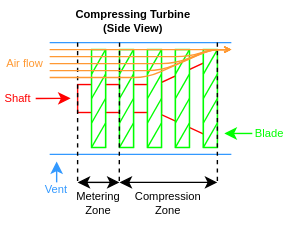
dennuguyen/desn2000 keeps this draw.io diagram as ideate/compression-turbine.drawio.svg. Above is the earlier version. Source tidied: cells renumbered, new cells last; positions are measured from the earlier drawing's top-left corner, leaving out a move shared by most shapes.
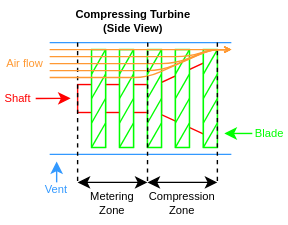
The same file after the commit.

Diff of the diagram source:
```diff
@@ -33,22 +33,22 @@
       <mxGeometry y="65" width="25" height="10" as="geometry" />
     </mxCell>
     <mxCell id="9" value="Compression Zone&amp;nbsp;" style="text;html=1;strokeColor=none;fillColor=none;align=center;verticalAlign=middle;whiteSpace=wrap;rounded=0;fontColor=none;fontSize=8;" parent="1" vertex="1">
-      <mxGeometry x="90" y="130" width="60" height="30" as="geometry" />
+      <mxGeometry x="105" y="130" width="50" height="30" as="geometry" />
     </mxCell>
     <mxCell id="10" style="endArrow=classic;startArrow=classic;html=1;fontColor=none;" parent="1" edge="1">
       <mxGeometry relative="1" as="geometry">
-        <mxPoint x="85" y="130" as="sourcePoint" />
+        <mxPoint x="105" y="130" as="sourcePoint" />
         <mxPoint x="155" y="130" as="targetPoint" />
       </mxGeometry>
     </mxCell>
     <mxCell id="11" style="endArrow=classic;startArrow=classic;html=1;fontColor=none;" parent="1" edge="1">
       <mxGeometry relative="1" as="geometry">
         <mxPoint x="55" y="130" as="sourcePoint" />
-        <mxPoint x="85" y="130" as="targetPoint" />
+        <mxPoint x="105" y="130" as="targetPoint" />
       </mxGeometry>
     </mxCell>
     <mxCell id="12" value="Metering Zone" style="text;html=1;strokeColor=none;fillColor=none;align=center;verticalAlign=middle;whiteSpace=wrap;rounded=0;fontColor=none;fontSize=8;" parent="1" vertex="1">
-      <mxGeometry x="50" y="130" width="40" height="30" as="geometry" />
+      <mxGeometry x="55" y="130" width="50" height="30" as="geometry" />
     </mxCell>
     <mxCell id="13" value="Compressing Turbine (Side View)" style="text;html=1;strokeColor=none;fillColor=none;align=center;verticalAlign=middle;whiteSpace=wrap;rounded=0;fontSize=8;fontColor=none;fontStyle=1;" parent="1" vertex="1">
       <mxGeometry x="45" width="100" height="30" as="geometry" />
@@ -98,12 +98,6 @@
     <mxCell id="27" style="endArrow=none;html=1;fontSize=8;fontColor=#3333FF;entryX=0;entryY=1;entryDx=0;entryDy=0;exitX=1;exitY=0.75;exitDx=0;exitDy=0;strokeColor=#00FF00;" parent="22" edge="1" source="23" target="23">
       <mxGeometry relative="1" as="geometry" />
     </mxCell>
-    <mxCell id="28" style="endArrow=none;dashed=1;html=1;fontSize=8;fontColor=#3333FF;" parent="22" edge="1">
-      <mxGeometry relative="1" as="geometry">
-        <mxPoint y="-5" as="sourcePoint" />
-        <mxPoint x="-0.2" y="95" as="targetPoint" />
-      </mxGeometry>
-    </mxCell>
     <mxCell id="29" style="group;fontColor=#00FF00;strokeColor=#00FF00;" parent="1" vertex="1">
       <mxGeometry x="105" y="35" width="10" height="70" as="geometry" />
     </mxCell>
@@ -225,5 +219,11 @@
         </Array>
       </mxGeometry>
     </mxCell>
+    <mxCell id="28" style="endArrow=none;dashed=1;html=1;fontSize=8;fontColor=#3333FF;" parent="1" edge="1">
+      <mxGeometry relative="1" as="geometry">
+        <mxPoint x="105.2" y="30" as="sourcePoint" />
+        <mxPoint x="105" y="130" as="targetPoint" />
+      </mxGeometry>
+    </mxCell>
   </root>
 </mxGraphModel>
```
